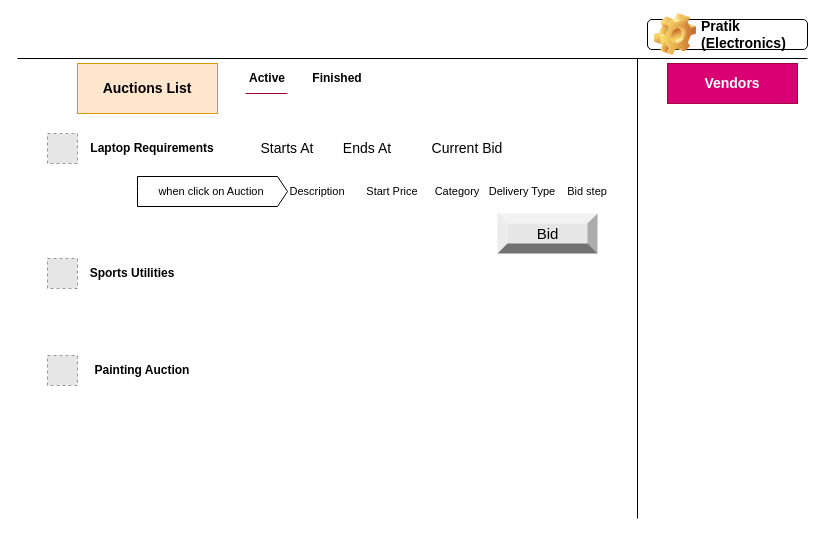
This is page "Page-1" (1 of 2) of Untitled Diagram.drawio from pratikdimble/Diagram, a draw.io file, before an edit. Source tidied: cells renumbered, new cells numbered last; positions are measured from the earlier drawing's top-left corner, leaving out a move shared by most shapes. Both pictures are drawn from the tidied source at 100%, with x=0, y=0 at pixel (17, 19). Pictures stored in the file or linked from it are replaced by grey dashed boxes.
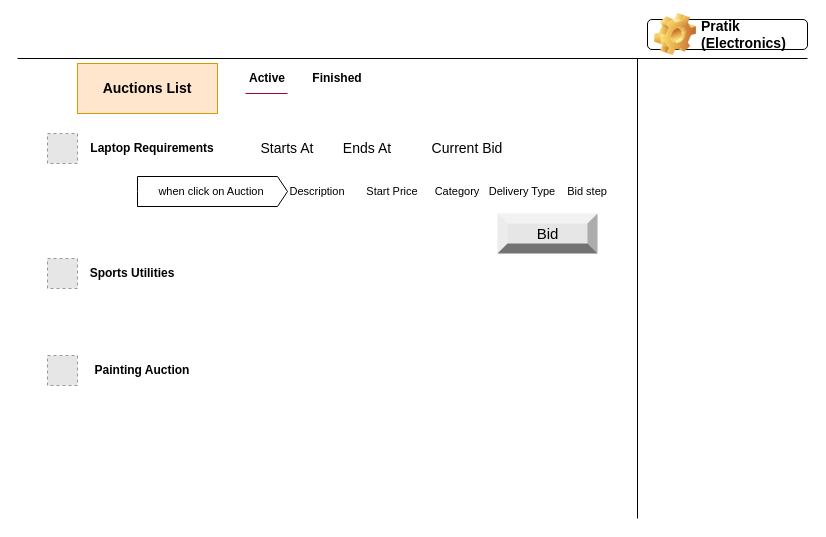
The same diagram, later.

Change to the diagram source:
```diff
@@
-    <mxCell id="5" value="Vendors" style="text;html=1;strokeColor=#A50040;fillColor=#d80073;align=center;verticalAlign=middle;whiteSpace=wrap;rounded=0;fontColor=#ffffff;fontSize=14;fontStyle=1;" parent="1" vertex="1">
-      <mxGeometry x="650" y="44" width="130" height="40" as="geometry" />
-    </mxCell>
```
